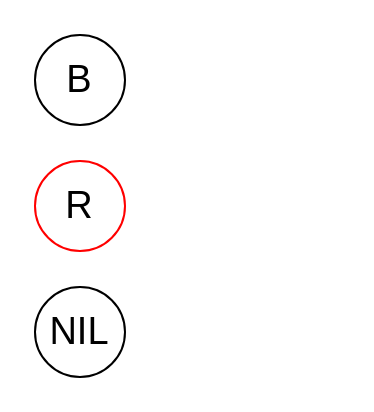
This is facedraw.drawio from xiaodongYao/DrawIO, a draw.io file, before an edit. Source tidied: cells renumbered, new cells numbered last; positions are measured from the earlier drawing's top-left corner, leaving out a move shared by most shapes. Both pictures are drawn from the tidied source at 200%, with x=0, y=0 at pixel (34, 34).
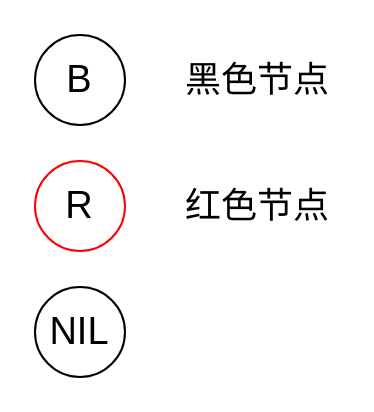
After the change.

What changed in the source:
```diff
@@
 <mxGraphModel>
   <root>
     <mxCell id="0" />
     <mxCell id="1" parent="0" />
     <mxCell id="2" value="B" style="ellipse;whiteSpace=wrap;html=1;fontSize=19;" parent="1" vertex="1">
       <mxGeometry width="45" height="45" as="geometry" />
     </mxCell>
     <mxCell id="3" value="R" style="ellipse;whiteSpace=wrap;html=1;fontSize=19;strokeColor=light-dark(#ff0000, #ededed);" parent="1" vertex="1">
       <mxGeometry y="63" width="45" height="45" as="geometry" />
     </mxCell>
     <mxCell id="4" value="NIL" style="ellipse;whiteSpace=wrap;html=1;fontSize=19;" parent="1" vertex="1">
       <mxGeometry y="126" width="45" height="45" as="geometry" />
     </mxCell>
+    <mxCell id="5" value="黑色节点" style="text;html=1;align=center;verticalAlign=middle;whiteSpace=wrap;rounded=0;fontSize=18;" parent="1" vertex="1">
+      <mxGeometry x="71" y="7.5" width="81" height="30" as="geometry" />
+    </mxCell>
+    <mxCell id="6" value="红色节点" style="text;html=1;align=center;verticalAlign=middle;whiteSpace=wrap;rounded=0;fontSize=18;" parent="1" vertex="1">
+      <mxGeometry x="71" y="70.5" width="81" height="30" as="geometry" />
+    </mxCell>
   </root>
 </mxGraphModel>
```
